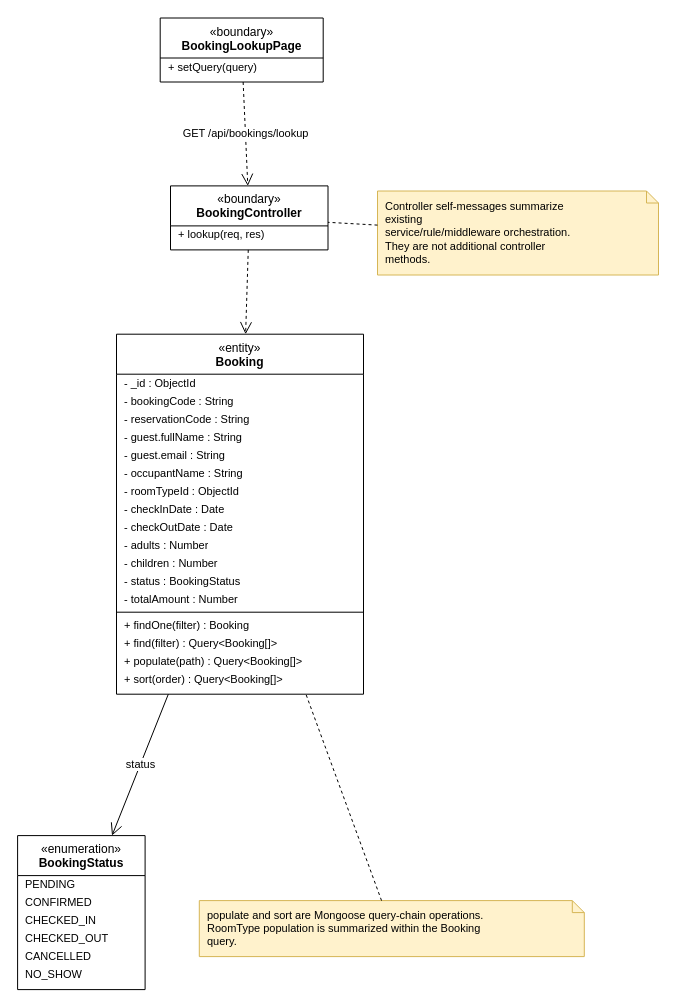
The draw.io diagram final/diagrams/M3_Booking-And-Customer_Diagrams/class_diagrams/CD-12_UC-G13_CheckBookingStatus.drawio in toikobi401/SWD392, before the edit. Source tidied: cells renumbered, new cells numbered last; positions are measured from the earlier drawing's top-left corner, leaving out a move shared by most shapes. Both pictures are drawn from the tidied source at 100%, with x=0, y=0 at pixel (17, 17).
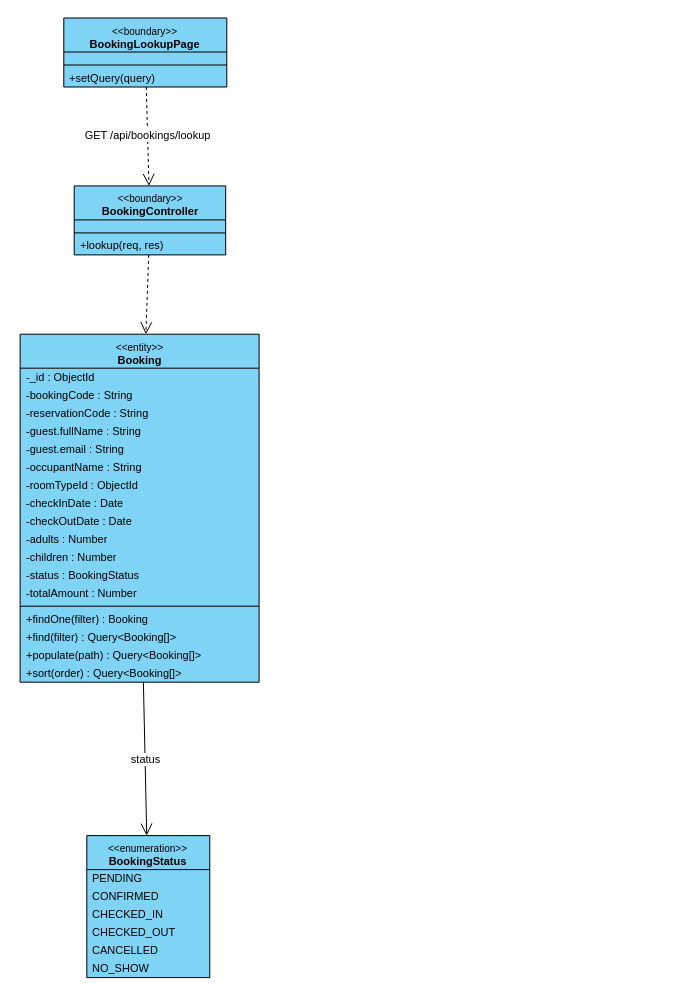
Above is the later version.

Change to the diagram source:
```diff
@@
-    <mxCell id="2" value="«boundary»&lt;br&gt;&lt;b&gt;BookingLookupPage&lt;/b&gt;" style="swimlane;fontStyle=0;align=center;verticalAlign=top;horizontal=1;startSize=40;html=1;whiteSpace=wrap;fontSize=12;" parent="1" vertex="1">
-      <mxGeometry x="142.7" y="0.5" width="163" height="64" as="geometry" />
+    <mxCell id="2" value="&lt;font style=&quot;font-size:10px&quot;&gt;&amp;lt;&amp;lt;boundary&amp;gt;&amp;gt;&lt;/font&gt;&lt;br&gt;&lt;b&gt;BookingLookupPage&lt;/b&gt;" style="swimlane;fontStyle=0;align=center;verticalAlign=top;horizontal=1;startSize=34;html=1;whiteSpace=wrap;fontSize=11;fillColor=#7fd3f5;swimlaneFillColor=#7fd3f5;strokeColor=#000000;" parent="1" vertex="1">
+      <mxGeometry x="46.3" y="0.5" width="163" height="69" as="geometry" />
     </mxCell>
+    <mxCell id="39" style="text;strokeColor=none;fillColor=none;html=1;" parent="2" vertex="1">
+      <mxGeometry y="34" width="163" height="9" as="geometry" />
+    </mxCell>
+    <mxCell id="40" style="line;strokeWidth=1;fillColor=none;align=left;verticalAlign=middle;spacingTop=-1;spacingLeft=3;spacingRight=3;labelPosition=right;strokeColor=#000000;" parent="2" vertex="1">
+      <mxGeometry y="43" width="163" height="8" as="geometry" />
+    </mxCell>
-    <mxCell id="3" value="+ setQuery(query)" style="text;strokeColor=none;fillColor=none;align=left;verticalAlign=middle;spacingLeft=6;spacingRight=4;overflow=hidden;whiteSpace=nowrap;html=1;fontSize=11;" parent="2" vertex="1">
-      <mxGeometry y="40" width="163" height="18" as="geometry" />
+    <mxCell id="3" value="+setQuery(query)" style="text;strokeColor=none;fillColor=none;align=left;verticalAlign=middle;spacingLeft=4;spacingRight=4;overflow=hidden;whiteSpace=nowrap;html=1;fontSize=11;" parent="2" vertex="1">
+      <mxGeometry y="51" width="163" height="18" as="geometry" />
     </mxCell>
-    <mxCell id="4" value="«boundary»&lt;br&gt;&lt;b&gt;BookingController&lt;/b&gt;" style="swimlane;fontStyle=0;align=center;verticalAlign=top;horizontal=1;startSize=40;html=1;whiteSpace=wrap;fontSize=12;" parent="1" vertex="1">
-      <mxGeometry x="153" y="168.4" width="157.5" height="64" as="geometry" />
+    <mxCell id="4" value="&lt;font style=&quot;font-size:10px&quot;&gt;&amp;lt;&amp;lt;boundary&amp;gt;&amp;gt;&lt;/font&gt;&lt;br&gt;&lt;b&gt;BookingController&lt;/b&gt;" style="swimlane;fontStyle=0;align=center;verticalAlign=top;horizontal=1;startSize=34;html=1;whiteSpace=wrap;fontSize=11;fillColor=#7fd3f5;swimlaneFillColor=#7fd3f5;strokeColor=#000000;" parent="1" vertex="1">
+      <mxGeometry x="56.7" y="168.4" width="151.5" height="69" as="geometry" />
     </mxCell>
+    <mxCell id="41" style="text;strokeColor=none;fillColor=none;html=1;" parent="4" vertex="1">
+      <mxGeometry y="34" width="151.5" height="9" as="geometry" />
+    </mxCell>
+    <mxCell id="42" style="line;strokeWidth=1;fillColor=none;align=left;verticalAlign=middle;spacingTop=-1;spacingLeft=3;spacingRight=3;labelPosition=right;strokeColor=#000000;" parent="4" vertex="1">
+      <mxGeometry y="43" width="151.5" height="8" as="geometry" />
+    </mxCell>
-    <mxCell id="5" value="+ lookup(req, res)" style="text;strokeColor=none;fillColor=none;align=left;verticalAlign=middle;spacingLeft=6;spacingRight=4;overflow=hidden;whiteSpace=nowrap;html=1;fontSize=11;" parent="4" vertex="1">
-      <mxGeometry y="40" width="157.5" height="18" as="geometry" />
+    <mxCell id="5" value="+lookup(req, res)" style="text;strokeColor=none;fillColor=none;align=left;verticalAlign=middle;spacingLeft=4;spacingRight=4;overflow=hidden;whiteSpace=nowrap;html=1;fontSize=11;" parent="4" vertex="1">
+      <mxGeometry y="51" width="151.5" height="18" as="geometry" />
     </mxCell>
-    <mxCell id="6" value="«entity»&lt;br&gt;&lt;b&gt;Booking&lt;/b&gt;" style="swimlane;fontStyle=0;align=center;verticalAlign=top;horizontal=1;startSize=40;html=1;whiteSpace=wrap;fontSize=12;" parent="1" vertex="1">
-      <mxGeometry x="99" y="316.7" width="247" height="360" as="geometry" />
+    <mxCell id="6" value="&lt;font style=&quot;font-size:10px&quot;&gt;&amp;lt;&amp;lt;entity&amp;gt;&amp;gt;&lt;/font&gt;&lt;br&gt;&lt;b&gt;Booking&lt;/b&gt;" style="swimlane;fontStyle=0;align=center;verticalAlign=top;horizontal=1;startSize=34;html=1;whiteSpace=wrap;fontSize=11;fillColor=#7fd3f5;swimlaneFillColor=#7fd3f5;strokeColor=#000000;" parent="1" vertex="1">
+      <mxGeometry x="2.6" y="316.7" width="239" height="348" as="geometry" />
     </mxCell>
-    <mxCell id="7" value="- _id : ObjectId" style="text;strokeColor=none;fillColor=none;align=left;verticalAlign=middle;spacingLeft=6;spacingRight=4;overflow=hidden;whiteSpace=nowrap;html=1;fontSize=11;" parent="6" vertex="1">
-      <mxGeometry y="40" width="247" height="18" as="geometry" />
+    <mxCell id="7" value="-_id : ObjectId" style="text;strokeColor=none;fillColor=none;align=left;verticalAlign=middle;spacingLeft=4;spacingRight=4;overflow=hidden;whiteSpace=nowrap;html=1;fontSize=11;" parent="6" vertex="1">
+      <mxGeometry y="34" width="239" height="18" as="geometry" />
     </mxCell>
-    <mxCell id="8" value="- bookingCode : String" style="text;strokeColor=none;fillColor=none;align=left;verticalAlign=middle;spacingLeft=6;spacingRight=4;overflow=hidden;whiteSpace=nowrap;html=1;fontSize=11;" parent="6" vertex="1">
-      <mxGeometry y="58" width="247" height="18" as="geometry" />
+    <mxCell id="8" value="-bookingCode : String" style="text;strokeColor=none;fillColor=none;align=left;verticalAlign=middle;spacingLeft=4;spacingRight=4;overflow=hidden;whiteSpace=nowrap;html=1;fontSize=11;" parent="6" vertex="1">
+      <mxGeometry y="52" width="239" height="18" as="geometry" />
     </mxCell>
-    <mxCell id="9" value="- reservationCode : String" style="text;strokeColor=none;fillColor=none;align=left;verticalAlign=middle;spacingLeft=6;spacingRight=4;overflow=hidden;whiteSpace=nowrap;html=1;fontSize=11;" parent="6" vertex="1">
-      <mxGeometry y="76" width="247" height="18" as="geometry" />
+    <mxCell id="9" value="-reservationCode : String" style="text;strokeColor=none;fillColor=none;align=left;verticalAlign=middle;spacingLeft=4;spacingRight=4;overflow=hidden;whiteSpace=nowrap;html=1;fontSize=11;" parent="6" vertex="1">
+      <mxGeometry y="70" width="239" height="18" as="geometry" />
     </mxCell>
-    <mxCell id="10" value="- guest.fullName : String" style="text;strokeColor=none;fillColor=none;align=left;verticalAlign=middle;spacingLeft=6;spacingRight=4;overflow=hidden;whiteSpace=nowrap;html=1;fontSize=11;" parent="6" vertex="1">
-      <mxGeometry y="94" width="247" height="18" as="geometry" />
+    <mxCell id="10" value="-guest.fullName : String" style="text;strokeColor=none;fillColor=none;align=left;verticalAlign=middle;spacingLeft=4;spacingRight=4;overflow=hidden;whiteSpace=nowrap;html=1;fontSize=11;" parent="6" vertex="1">
+      <mxGeometry y="88" width="239" height="18" as="geometry" />
     </mxCell>
-    <mxCell id="11" value="- guest.email : String" style="text;strokeColor=none;fillColor=none;align=left;verticalAlign=middle;spacingLeft=6;spacingRight=4;overflow=hidden;whiteSpace=nowrap;html=1;fontSize=11;" parent="6" vertex="1">
-      <mxGeometry y="112" width="247" height="18" as="geometry" />
+    <mxCell id="11" value="-guest.email : String" style="text;strokeColor=none;fillColor=none;align=left;verticalAlign=middle;spacingLeft=4;spacingRight=4;overflow=hidden;whiteSpace=nowrap;html=1;fontSize=11;" parent="6" vertex="1">
+      <mxGeometry y="106" width="239" height="18" as="geometry" />
     </mxCell>
-    <mxCell id="12" value="- occupantName : String" style="text;strokeColor=none;fillColor=none;align=left;verticalAlign=middle;spacingLeft=6;spacingRight=4;overflow=hidden;whiteSpace=nowrap;html=1;fontSize=11;" parent="6" vertex="1">
-      <mxGeometry y="130" width="247" height="18" as="geometry" />
+    <mxCell id="12" value="-occupantName : String" style="text;strokeColor=none;fillColor=none;align=left;verticalAlign=middle;spacingLeft=4;spacingRight=4;overflow=hidden;whiteSpace=nowrap;html=1;fontSize=11;" parent="6" vertex="1">
+      <mxGeometry y="124" width="239" height="18" as="geometry" />
     </mxCell>
-    <mxCell id="13" value="- roomTypeId : ObjectId" style="text;strokeColor=none;fillColor=none;align=left;verticalAlign=middle;spacingLeft=6;spacingRight=4;overflow=hidden;whiteSpace=nowrap;html=1;fontSize=11;" parent="6" vertex="1">
-      <mxGeometry y="148" width="247" height="18" as="geometry" />
+    <mxCell id="13" value="-roomTypeId : ObjectId" style="text;strokeColor=none;fillColor=none;align=left;verticalAlign=middle;spacingLeft=4;spacingRight=4;overflow=hidden;whiteSpace=nowrap;html=1;fontSize=11;" parent="6" vertex="1">
+      <mxGeometry y="142" width="239" height="18" as="geometry" />
     </mxCell>
-    <mxCell id="14" value="- checkInDate : Date" style="text;strokeColor=none;fillColor=none;align=left;verticalAlign=middle;spacingLeft=6;spacingRight=4;overflow=hidden;whiteSpace=nowrap;html=1;fontSize=11;" parent="6" vertex="1">
-      <mxGeometry y="166" width="247" height="18" as="geometry" />
+    <mxCell id="14" value="-checkInDate : Date" style="text;strokeColor=none;fillColor=none;align=left;verticalAlign=middle;spacingLeft=4;spacingRight=4;overflow=hidden;whiteSpace=nowrap;html=1;fontSize=11;" parent="6" vertex="1">
+      <mxGeometry y="160" width="239" height="18" as="geometry" />
     </mxCell>
-    <mxCell id="15" value="- checkOutDate : Date" style="text;strokeColor=none;fillColor=none;align=left;verticalAlign=middle;spacingLeft=6;spacingRight=4;overflow=hidden;whiteSpace=nowrap;html=1;fontSize=11;" parent="6" vertex="1">
-      <mxGeometry y="184" width="247" height="18" as="geometry" />
+    <mxCell id="15" value="-checkOutDate : Date" style="text;strokeColor=none;fillColor=none;align=left;verticalAlign=middle;spacingLeft=4;spacingRight=4;overflow=hidden;whiteSpace=nowrap;html=1;fontSize=11;" parent="6" vertex="1">
+      <mxGeometry y="178" width="239" height="18" as="geometry" />
     </mxCell>
-    <mxCell id="16" value="- adults : Number" style="text;strokeColor=none;fillColor=none;align=left;verticalAlign=middle;spacingLeft=6;spacingRight=4;overflow=hidden;whiteSpace=nowrap;html=1;fontSize=11;" parent="6" vertex="1">
-      <mxGeometry y="202" width="247" height="18" as="geometry" />
+    <mxCell id="16" value="-adults : Number" style="text;strokeColor=none;fillColor=none;align=left;verticalAlign=middle;spacingLeft=4;spacingRight=4;overflow=hidden;whiteSpace=nowrap;html=1;fontSize=11;" parent="6" vertex="1">
+      <mxGeometry y="196" width="239" height="18" as="geometry" />
     </mxCell>
-    <mxCell id="17" value="- children : Number" style="text;strokeColor=none;fillColor=none;align=left;verticalAlign=middle;spacingLeft=6;spacingRight=4;overflow=hidden;whiteSpace=nowrap;html=1;fontSize=11;" parent="6" vertex="1">
-      <mxGeometry y="220" width="247" height="18" as="geometry" />
+    <mxCell id="17" value="-children : Number" style="text;strokeColor=none;fillColor=none;align=left;verticalAlign=middle;spacingLeft=4;spacingRight=4;overflow=hidden;whiteSpace=nowrap;html=1;fontSize=11;" parent="6" vertex="1">
+      <mxGeometry y="214" width="239" height="18" as="geometry" />
     </mxCell>
-    <mxCell id="18" value="- status : BookingStatus" style="text;strokeColor=none;fillColor=none;align=left;verticalAlign=middle;spacingLeft=6;spacingRight=4;overflow=hidden;whiteSpace=nowrap;html=1;fontSize=11;" parent="6" vertex="1">
-      <mxGeometry y="238" width="247" height="18" as="geometry" />
+    <mxCell id="18" value="-status : BookingStatus" style="text;strokeColor=none;fillColor=none;align=left;verticalAlign=middle;spacingLeft=4;spacingRight=4;overflow=hidden;whiteSpace=nowrap;html=1;fontSize=11;" parent="6" vertex="1">
+      <mxGeometry y="232" width="239" height="18" as="geometry" />
     </mxCell>
-    <mxCell id="19" value="- totalAmount : Number" style="text;strokeColor=none;fillColor=none;align=left;verticalAlign=middle;spacingLeft=6;spacingRight=4;overflow=hidden;whiteSpace=nowrap;html=1;fontSize=11;" parent="6" vertex="1">
-      <mxGeometry y="256" width="247" height="18" as="geometry" />
+    <mxCell id="19" value="-totalAmount : Number" style="text;strokeColor=none;fillColor=none;align=left;verticalAlign=middle;spacingLeft=4;spacingRight=4;overflow=hidden;whiteSpace=nowrap;html=1;fontSize=11;" parent="6" vertex="1">
+      <mxGeometry y="250" width="239" height="18" as="geometry" />
     </mxCell>
-    <mxCell id="20" style="line;strokeWidth=1;fillColor=none;align=left;verticalAlign=middle;spacingTop=-1;spacingLeft=3;spacingRight=3;labelPosition=right;strokeColor=inherit;" parent="6" vertex="1">
-      <mxGeometry y="274" width="247" height="8" as="geometry" />
+    <mxCell id="20" style="line;strokeWidth=1;fillColor=none;align=left;verticalAlign=middle;spacingTop=-1;spacingLeft=3;spacingRight=3;labelPosition=right;strokeColor=#000000;" parent="6" vertex="1">
+      <mxGeometry y="268" width="239" height="8" as="geometry" />
     </mxCell>
-    <mxCell id="21" value="+ findOne(filter) : Booking" style="text;strokeColor=none;fillColor=none;align=left;verticalAlign=middle;spacingLeft=6;spacingRight=4;overflow=hidden;whiteSpace=nowrap;html=1;fontSize=11;" parent="6" vertex="1">
-      <mxGeometry y="282" width="247" height="18" as="geometry" />
+    <mxCell id="21" value="+findOne(filter) : Booking" style="text;strokeColor=none;fillColor=none;align=left;verticalAlign=middle;spacingLeft=4;spacingRight=4;overflow=hidden;whiteSpace=nowrap;html=1;fontSize=11;" parent="6" vertex="1">
+      <mxGeometry y="276" width="239" height="18" as="geometry" />
     </mxCell>
-    <mxCell id="22" value="+ find(filter) : Query&amp;lt;Booking[]&amp;gt;" style="text;strokeColor=none;fillColor=none;align=left;verticalAlign=middle;spacingLeft=6;spacingRight=4;overflow=hidden;whiteSpace=nowrap;html=1;fontSize=11;" parent="6" vertex="1">
-      <mxGeometry y="300" width="247" height="18" as="geometry" />
+    <mxCell id="22" value="+find(filter) : Query&amp;lt;Booking[]&amp;gt;" style="text;strokeColor=none;fillColor=none;align=left;verticalAlign=middle;spacingLeft=4;spacingRight=4;overflow=hidden;whiteSpace=nowrap;html=1;fontSize=11;" parent="6" vertex="1">
+      <mxGeometry y="294" width="239" height="18" as="geometry" />
     </mxCell>
-    <mxCell id="23" value="+ populate(path) : Query&amp;lt;Booking[]&amp;gt;" style="text;strokeColor=none;fillColor=none;align=left;verticalAlign=middle;spacingLeft=6;spacingRight=4;overflow=hidden;whiteSpace=nowrap;html=1;fontSize=11;" parent="6" vertex="1">
-      <mxGeometry y="318" width="247" height="18" as="geometry" />
+    <mxCell id="23" value="+populate(path) : Query&amp;lt;Booking[]&amp;gt;" style="text;strokeColor=none;fillColor=none;align=left;verticalAlign=middle;spacingLeft=4;spacingRight=4;overflow=hidden;whiteSpace=nowrap;html=1;fontSize=11;" parent="6" vertex="1">
+      <mxGeometry y="312" width="239" height="18" as="geometry" />
     </mxCell>
-    <mxCell id="24" value="+ sort(order) : Query&amp;lt;Booking[]&amp;gt;" style="text;strokeColor=none;fillColor=none;align=left;verticalAlign=middle;spacingLeft=6;spacingRight=4;overflow=hidden;whiteSpace=nowrap;html=1;fontSize=11;" parent="6" vertex="1">
-      <mxGeometry y="336" width="247" height="18" as="geometry" />
+    <mxCell id="24" value="+sort(order) : Query&amp;lt;Booking[]&amp;gt;" style="text;strokeColor=none;fillColor=none;align=left;verticalAlign=middle;spacingLeft=4;spacingRight=4;overflow=hidden;whiteSpace=nowrap;html=1;fontSize=11;" parent="6" vertex="1">
+      <mxGeometry y="330" width="239" height="18" as="geometry" />
     </mxCell>
-    <mxCell id="25" value="«enumeration»&lt;br&gt;&lt;b&gt;BookingStatus&lt;/b&gt;" style="swimlane;fontStyle=0;align=center;verticalAlign=top;horizontal=1;startSize=40;html=1;whiteSpace=wrap;fontSize=12;" parent="1" vertex="1">
-      <mxGeometry x="0.1" y="818.1" width="127.5" height="154" as="geometry" />
+    <mxCell id="25" value="&lt;font style=&quot;font-size:10px&quot;&gt;&amp;lt;&amp;lt;enumeration&amp;gt;&amp;gt;&lt;/font&gt;&lt;br&gt;&lt;b&gt;BookingStatus&lt;/b&gt;" style="swimlane;fontStyle=0;align=center;verticalAlign=top;horizontal=1;startSize=34;html=1;whiteSpace=wrap;fontSize=11;fillColor=#7fd3f5;swimlaneFillColor=#7fd3f5;strokeColor=#000000;" parent="1" vertex="1">
+      <mxGeometry x="69.3" y="818.1" width="123" height="142" as="geometry" />
     </mxCell>
-    <mxCell id="26" value="PENDING" style="text;strokeColor=none;fillColor=none;align=left;verticalAlign=middle;spacingLeft=6;spacingRight=4;overflow=hidden;whiteSpace=nowrap;html=1;fontSize=11;" parent="25" vertex="1">
-      <mxGeometry y="40" width="127.5" height="18" as="geometry" />
+    <mxCell id="26" value="PENDING" style="text;strokeColor=none;fillColor=none;align=left;verticalAlign=middle;spacingLeft=4;spacingRight=4;overflow=hidden;whiteSpace=nowrap;html=1;fontSize=11;" parent="25" vertex="1">
+      <mxGeometry y="34" width="123" height="18" as="geometry" />
     </mxCell>
-    <mxCell id="27" value="CONFIRMED" style="text;strokeColor=none;fillColor=none;align=left;verticalAlign=middle;spacingLeft=6;spacingRight=4;overflow=hidden;whiteSpace=nowrap;html=1;fontSize=11;" parent="25" vertex="1">
-      <mxGeometry y="58" width="127.5" height="18" as="geometry" />
+    <mxCell id="27" value="CONFIRMED" style="text;strokeColor=none;fillColor=none;align=left;verticalAlign=middle;spacingLeft=4;spacingRight=4;overflow=hidden;whiteSpace=nowrap;html=1;fontSize=11;" parent="25" vertex="1">
+      <mxGeometry y="52" width="123" height="18" as="geometry" />
     </mxCell>
-    <mxCell id="28" value="CHECKED_IN" style="text;strokeColor=none;fillColor=none;align=left;verticalAlign=middle;spacingLeft=6;spacingRight=4;overflow=hidden;whiteSpace=nowrap;html=1;fontSize=11;" parent="25" vertex="1">
-      <mxGeometry y="76" width="127.5" height="18" as="geometry" />
+    <mxCell id="28" value="CHECKED_IN" style="text;strokeColor=none;fillColor=none;align=left;verticalAlign=middle;spacingLeft=4;spacingRight=4;overflow=hidden;whiteSpace=nowrap;html=1;fontSize=11;" parent="25" vertex="1">
+      <mxGeometry y="70" width="123" height="18" as="geometry" />
     </mxCell>
-    <mxCell id="29" value="CHECKED_OUT" style="text;strokeColor=none;fillColor=none;align=left;verticalAlign=middle;spacingLeft=6;spacingRight=4;overflow=hidden;whiteSpace=nowrap;html=1;fontSize=11;" parent="25" vertex="1">
-      <mxGeometry y="94" width="127.5" height="18" as="geometry" />
+    <mxCell id="29" value="CHECKED_OUT" style="text;strokeColor=none;fillColor=none;align=left;verticalAlign=middle;spacingLeft=4;spacingRight=4;overflow=hidden;whiteSpace=nowrap;html=1;fontSize=11;" parent="25" vertex="1">
+      <mxGeometry y="88" width="123" height="18" as="geometry" />
     </mxCell>
-    <mxCell id="30" value="CANCELLED" style="text;strokeColor=none;fillColor=none;align=left;verticalAlign=middle;spacingLeft=6;spacingRight=4;overflow=hidden;whiteSpace=nowrap;html=1;fontSize=11;" parent="25" vertex="1">
-      <mxGeometry y="112" width="127.5" height="18" as="geometry" />
+    <mxCell id="30" value="CANCELLED" style="text;strokeColor=none;fillColor=none;align=left;verticalAlign=middle;spacingLeft=4;spacingRight=4;overflow=hidden;whiteSpace=nowrap;html=1;fontSize=11;" parent="25" vertex="1">
+      <mxGeometry y="106" width="123" height="18" as="geometry" />
     </mxCell>
-    <mxCell id="31" value="NO_SHOW" style="text;strokeColor=none;fillColor=none;align=left;verticalAlign=middle;spacingLeft=6;spacingRight=4;overflow=hidden;whiteSpace=nowrap;html=1;fontSize=11;" parent="25" vertex="1">
-      <mxGeometry y="130" width="127.5" height="18" as="geometry" />
+    <mxCell id="31" value="NO_SHOW" style="text;strokeColor=none;fillColor=none;align=left;verticalAlign=middle;spacingLeft=4;spacingRight=4;overflow=hidden;whiteSpace=nowrap;html=1;fontSize=11;" parent="25" vertex="1">
+      <mxGeometry y="124" width="123" height="18" as="geometry" />
     </mxCell>
-    <mxCell id="32" value="populate and sort are Mongoose query-chain operations.&lt;br&gt;RoomType population is summarized within the Booking&lt;br&gt;query." style="shape=note;whiteSpace=wrap;html=1;size=12;align=left;verticalAlign=top;spacingLeft=6;spacingTop=2;fontSize=11;fillColor=#fff2cc;strokeColor=#d6b656;" parent="1" vertex="1">
-      <mxGeometry x="181.8" y="883.1" width="385" height="56" as="geometry" />
-    </mxCell>
-    <mxCell id="33" style="endArrow=none;dashed=1;html=1;rounded=0;" parent="1" edge="1" source="32" target="6">
-      <mxGeometry relative="1" as="geometry" />
-    </mxCell>
-    <mxCell id="34" value="Controller self-messages summarize&lt;br&gt;existing&lt;br&gt;service/rule/middleware orchestration.&lt;br&gt;They are not additional controller&lt;br&gt;methods." style="shape=note;whiteSpace=wrap;html=1;size=12;align=left;verticalAlign=top;spacingLeft=6;spacingTop=2;fontSize=11;fillColor=#fff2cc;strokeColor=#d6b656;" parent="1" vertex="1">
-      <mxGeometry x="360" y="173.5" width="281" height="84" as="geometry" />
-    </mxCell>
-    <mxCell id="35" style="endArrow=none;dashed=1;html=1;rounded=0;" parent="1" edge="1" source="34" target="4">
-      <mxGeometry relative="1" as="geometry" />
-    </mxCell>
```
